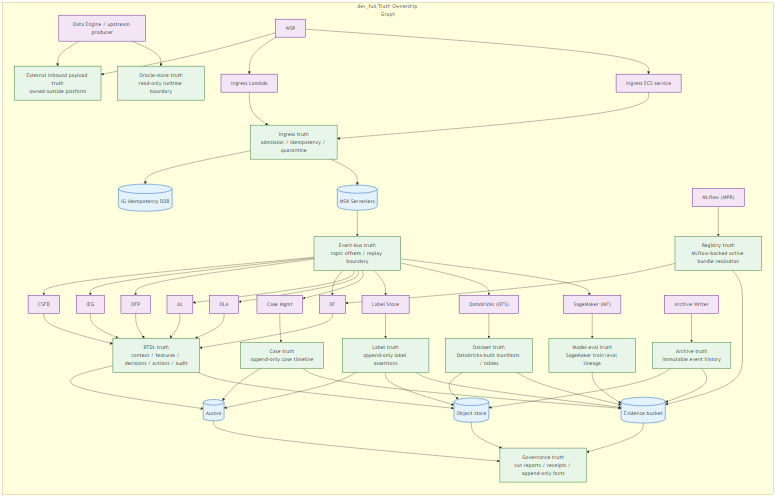
EsosaOrumwese/fraud-detection-system keeps this Mermaid diagram as docs/design/platform/dev_full/graph/dev_full_platform_truth_ownership_current_v0.mermaid.png. Above is the earlier version. Its source is kept beside it as docs/design/platform/dev_full/graph/dev_full_platform_truth_ownership_current_v0.mermaid.mmd.
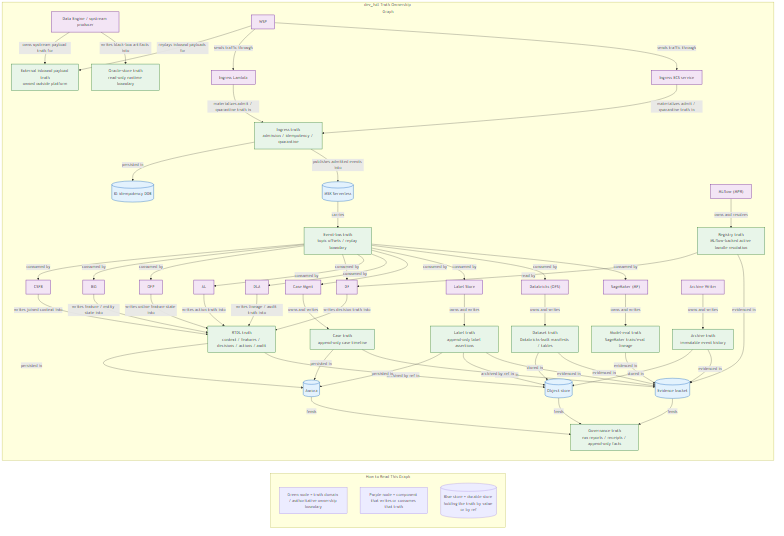
The same diagram one commit later.

The edit, as a diff of the source:
```diff
@@ -4,6 +4,12 @@
   theme: default
 ---
 flowchart LR
+
+  subgraph LEGEND["How to Read This Graph"]
+    LG1["Green node = truth domain / authoritative ownership boundary"]
+    LG2["Purple node = component that writes or consumes that truth"]
+    LG3[("Blue store = durable store holding the truth by value or by ref")]
+  end
 
   subgraph OWNERSHIP["dev_full Truth Ownership Graph"]
     INBOUND["External inbound payload truth<br>owned outside platform"]
@@ -42,65 +48,65 @@
     AURORA[("Aurora")]
   end
 
-  DENGINE --> INBOUND
-  DENGINE --> ORACLE
-  WSP --> INBOUND
-  WSP --> IGLAMBDA
-  WSP --> IGSVC
+  DENGINE -->|owns upstream payload truth for| INBOUND
+  DENGINE -->|writes black-box artifacts into| ORACLE
+  WSP -->|replays inbound payloads for| INBOUND
+  WSP -->|sends traffic through| IGLAMBDA
+  WSP -->|sends traffic through| IGSVC
 
-  IGLAMBDA --> IG
-  IGSVC --> IG
-  IG --> DDB
-  IG --> MSK
+  IGLAMBDA -->|materializes admit / quarantine truth in| IG
+  IGSVC -->|materializes admit / quarantine truth in| IG
+  IG -->|persisted in| DDB
+  IG -->|publishes admitted events into| MSK
 
-  MSK --> EB
-  EB --> CSFB
-  EB --> IEG
-  EB --> OFP
-  EB --> DF
-  EB --> AL
-  EB --> DLA
-  EB --> CM
-  EB --> LS
-  EB --> DBX
-  EB --> SM
+  MSK -->|carries| EB
+  EB -->|consumed by| CSFB
+  EB -->|consumed by| IEG
+  EB -->|consumed by| OFP
+  EB -->|consumed by| DF
+  EB -->|consumed by| AL
+  EB -->|consumed by| DLA
+  EB -->|consumed by| CM
+  EB -->|consumed by| LS
+  EB -->|consumed by| DBX
+  EB -->|consumed by| SM
 
-  CSFB --> RTDL
-  IEG --> RTDL
-  OFP --> RTDL
-  DF --> RTDL
-  AL --> RTDL
-  DLA --> RTDL
-  RTDL --> AURORA
-  RTDL --> OBJ
+  CSFB -->|writes joined context into| RTDL
+  IEG -->|writes feature / entity state into| RTDL
+  OFP -->|writes online feature state into| RTDL
+  DF -->|writes decision truth into| RTDL
+  AL -->|writes action truth into| RTDL
+  DLA -->|writes lineage / audit truth into| RTDL
+  RTDL -->|persisted in| AURORA
+  RTDL -->|archived by ref in| OBJ
 
-  CM --> CASE
-  CASE --> AURORA
-  CASE --> EVID
+  CM -->|owns and writes| CASE
+  CASE -->|persisted in| AURORA
+  CASE -->|evidenced in| EVID
 
-  LS --> LABEL
-  LABEL --> AURORA
-  LABEL --> OBJ
-  LABEL --> EVID
+  LS -->|owns and writes| LABEL
+  LABEL -->|persisted in| AURORA
+  LABEL -->|archived by ref in| OBJ
+  LABEL -->|evidenced in| EVID
 
-  ARCHWR --> ARCHIVE
-  ARCHIVE --> OBJ
-  ARCHIVE --> EVID
+  ARCHWR -->|owns and writes| ARCHIVE
+  ARCHIVE -->|stored in| OBJ
+  ARCHIVE -->|evidenced in| EVID
 
-  DBX --> OFS
-  OFS --> OBJ
-  OFS --> EVID
+  DBX -->|owns and writes| OFS
+  OFS -->|stored in| OBJ
+  OFS -->|evidenced in| EVID
 
-  SM --> MF
-  MLFLOW --> REG
-  MF --> EVID
+  SM -->|owns and writes| MF
+  MLFLOW -->|owns and resolves| REG
+  MF -->|evidenced in| EVID
 
-  REG --> DF
-  REG --> EVID
+  REG -->|read by| DF
+  REG -->|evidenced in| EVID
 
-  EVID --> GOV
-  OBJ --> GOV
-  AURORA --> GOV
+  EVID -->|feeds| GOV
+  OBJ -->|feeds| GOV
+  AURORA -->|feeds| GOV
 
   classDef owner fill:#e8f5e9,stroke:#2e7d32,color:#111,stroke-width:1.4px;
   classDef component fill:#f3e5f5,stroke:#6a1b9a,color:#111,stroke-width:1.4px;
```
